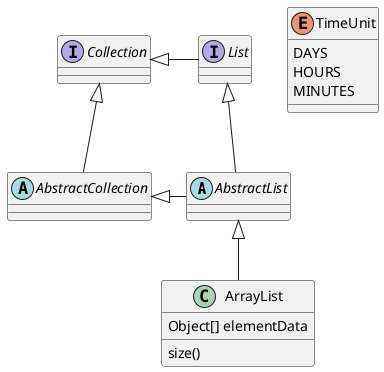
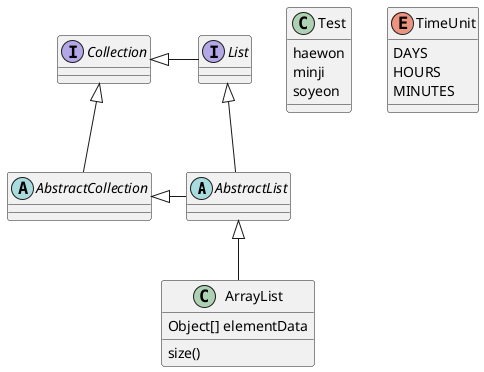
@startuml
'https://plantuml.com/class-diagram

abstract class AbstractList
abstract AbstractCollection
interface List
interface Collection

List <|-- AbstractList
Collection <|-- AbstractCollection

Collection <|- List
AbstractCollection <|- AbstractList
AbstractList <|-- ArrayList

+ class Test {
+     haewon
+     minji
+     soyeon
+ }
+ 
class ArrayList {
Object[] elementData
size()
}

enum TimeUnit {
DAYS
HOURS
MINUTES
}

@enduml